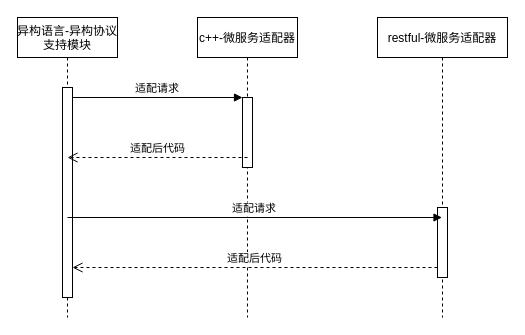
This is UML/c++-restful支持时序图.drawio from wangjq4214/draw.io, a draw.io file, before an edit. Source tidied: cells renumbered, new cells numbered last; positions are measured from the earlier drawing's top-left corner, leaving out a move shared by most shapes. Both pictures are drawn from the tidied source at 100%, with x=0, y=0 at pixel (17, 17).
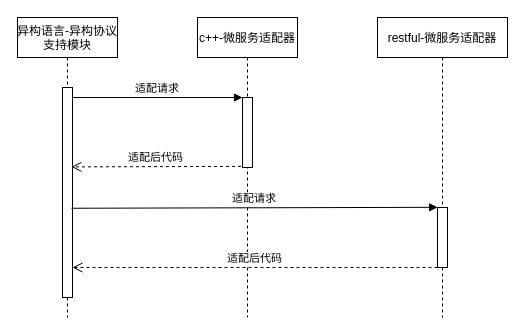
The same page after the edit.

Commit message:
Update c++-restful支持时序图.drawio

Diff of the diagram source:
```diff
@@
 <mxGraphModel>
   <root>
     <mxCell id="0" />
     <mxCell id="1" parent="0" />
+    <mxCell id="12" style="group;" parent="1" vertex="1">
+      <mxGeometry width="490" height="300" as="geometry" />
+    </mxCell>
-    <mxCell id="2" value="异构语言-异构协议&#10;支持模块" style="shape=umlLifeline;perimeter=lifelinePerimeter;rounded=0;shadow=0;strokeWidth=1;" parent="1" vertex="1">
+    <mxCell id="2" value="异构语言-异构协议&#10;支持模块" style="shape=umlLifeline;perimeter=lifelinePerimeter;rounded=0;shadow=0;strokeWidth=1;" parent="12" vertex="1">
       <mxGeometry width="100" height="300" as="geometry" />
     </mxCell>
     <mxCell id="3" style="points=[];perimeter=orthogonalPerimeter;rounded=0;shadow=0;strokeWidth=1;" parent="2" vertex="1">
       <mxGeometry x="45" y="70" width="10" height="210" as="geometry" />
     </mxCell>
-    <mxCell id="4" value="c++-微服务适配器" style="shape=umlLifeline;perimeter=lifelinePerimeter;rounded=0;shadow=0;strokeWidth=1;" parent="1" vertex="1">
+    <mxCell id="4" value="c++-微服务适配器" style="shape=umlLifeline;perimeter=lifelinePerimeter;rounded=0;shadow=0;strokeWidth=1;" parent="12" vertex="1">
       <mxGeometry x="180" width="100" height="300" as="geometry" />
     </mxCell>
     <mxCell id="5" style="points=[];perimeter=orthogonalPerimeter;rounded=0;shadow=0;strokeWidth=1;" parent="4" vertex="1">
       <mxGeometry x="45" y="80" width="10" height="70" as="geometry" />
     </mxCell>
-    <mxCell id="6" value="适配请求" style="verticalAlign=bottom;endArrow=block;entryX=0;entryY=0;shadow=0;strokeWidth=1;" parent="1" edge="1" source="3" target="5">
+    <mxCell id="6" value="适配请求" style="verticalAlign=bottom;endArrow=block;entryX=0;entryY=0;shadow=0;strokeWidth=1;" parent="12" edge="1" source="3" target="5">
       <mxGeometry relative="1" as="geometry" />
     </mxCell>
-    <mxCell id="7" value="restful-微服务适配器" style="shape=umlLifeline;perimeter=lifelinePerimeter;rounded=0;shadow=0;strokeWidth=1;" parent="1" vertex="1">
+    <mxCell id="7" value="restful-微服务适配器" style="shape=umlLifeline;perimeter=lifelinePerimeter;rounded=0;shadow=0;strokeWidth=1;" parent="12" vertex="1">
       <mxGeometry x="360" width="130" height="300" as="geometry" />
     </mxCell>
     <mxCell id="8" style="points=[];perimeter=orthogonalPerimeter;rounded=0;shadow=0;strokeWidth=1;" parent="7" vertex="1">
-      <mxGeometry x="60" y="190" width="10" height="70" as="geometry" />
+      <mxGeometry x="60" y="190" width="10" height="60" as="geometry" />
     </mxCell>
-    <mxCell id="9" value="适配后代码" style="html=1;verticalAlign=bottom;endArrow=open;dashed=1;endSize=8;rounded=0;" parent="1" edge="1">
-      <mxGeometry relative="1" as="geometry">
-        <mxPoint x="230" y="140" as="sourcePoint" />
-        <mxPoint x="50" y="140" as="targetPoint" />
-        <Array as="points">
-          <mxPoint x="50" y="140" />
-        </Array>
-      </mxGeometry>
-    </mxCell>
-    <mxCell id="10" value="适配请求" style="verticalAlign=bottom;endArrow=block;shadow=0;strokeWidth=1;" parent="1" edge="1" target="7">
-      <mxGeometry relative="1" as="geometry">
-        <mxPoint x="50" y="200" as="sourcePoint" />
-      </mxGeometry>
+    <mxCell id="10" value="适配请求" style="verticalAlign=bottom;endArrow=block;shadow=0;strokeWidth=1;entryX=0.014;entryY=-0.003;entryDx=0;entryDy=0;entryPerimeter=0;exitX=0.895;exitY=0.575;exitDx=0;exitDy=0;exitPerimeter=0;" parent="12" edge="1" source="3" target="8">
+      <mxGeometry relative="1" as="geometry" />
     </mxCell>
-    <mxCell id="11" value="适配后代码" style="html=1;verticalAlign=bottom;endArrow=open;dashed=1;endSize=8;rounded=0;" parent="1" edge="1" source="8" target="3">
+    <mxCell id="11" value="适配后代码" style="html=1;verticalAlign=bottom;endArrow=open;dashed=1;endSize=8;rounded=0;" parent="12" edge="1" source="8" target="3">
       <mxGeometry relative="1" as="geometry">
         <Array as="points">
           <mxPoint x="90" y="250" />
         </Array>
       </mxGeometry>
     </mxCell>
+    <mxCell id="9" value="适配后代码" style="html=1;verticalAlign=bottom;endArrow=open;dashed=1;endSize=8;rounded=0;exitX=-0.152;exitY=0.984;exitDx=0;exitDy=0;exitPerimeter=0;entryX=0.895;entryY=0.378;entryDx=0;entryDy=0;entryPerimeter=0;" parent="12" edge="1" source="5" target="3">
+      <mxGeometry relative="1" as="geometry" />
+    </mxCell>
   </root>
 </mxGraphModel>
```
